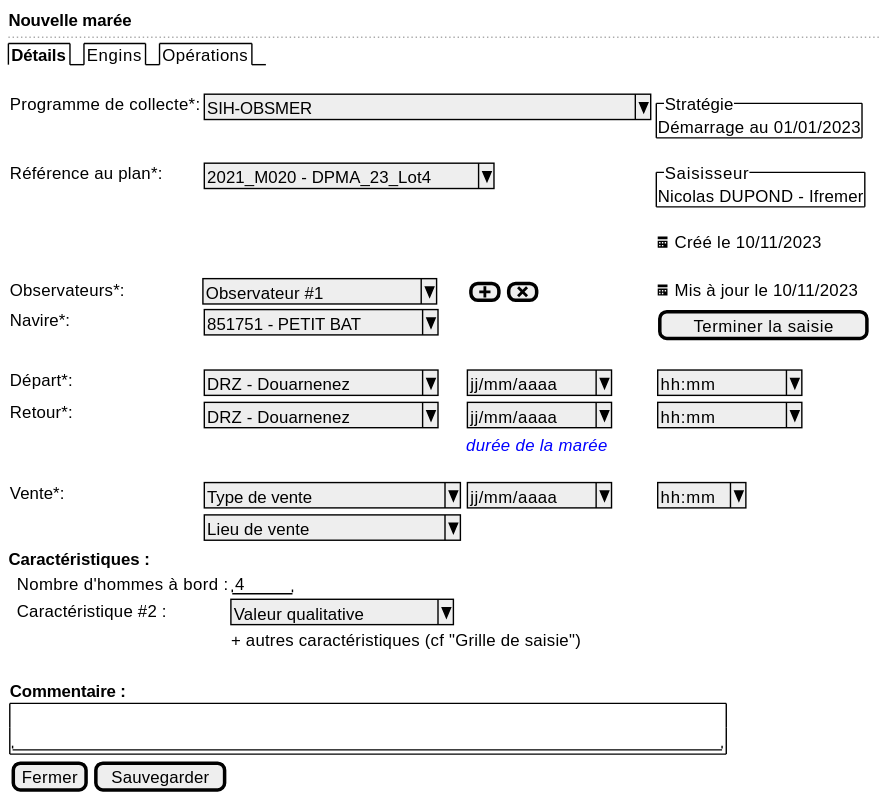
sumaris-net/sumaris-doc keeps this PlantUML diagram as projects/obsmer/spe/images/trip-new.svg. Above is the earlier version. Its source is kept beside it as projects/obsmer/spe/images/trip-new.puml.
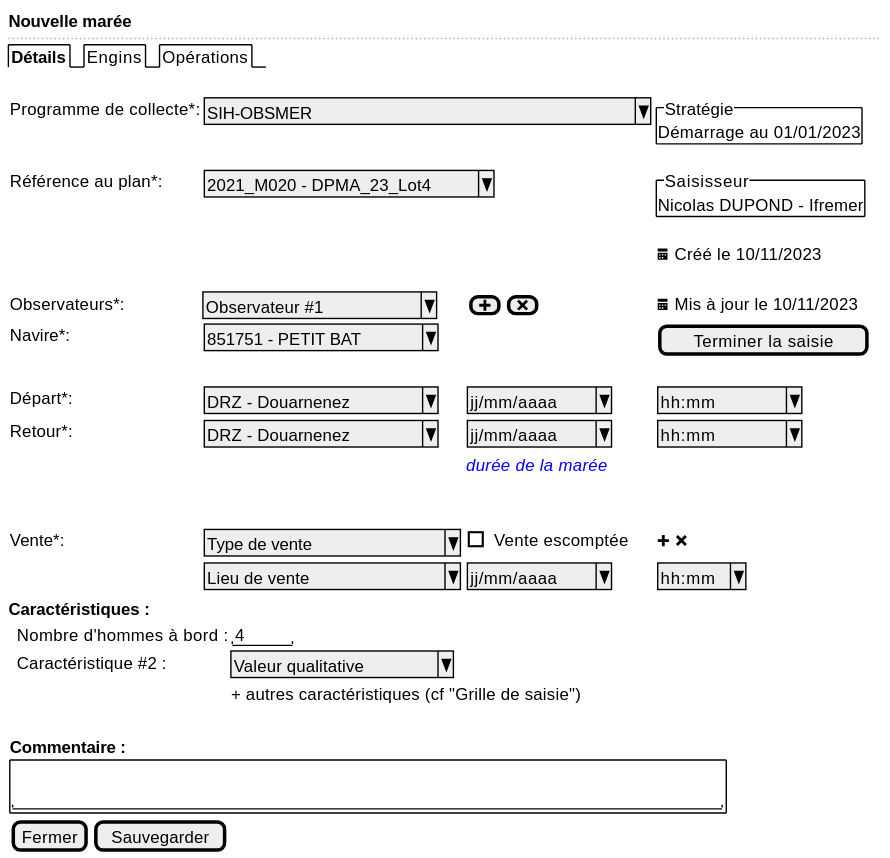
The same diagram one commit later.

What changed in the source:
```diff
@@ -25,8 +25,9 @@
       . | . | <i><color:blue>durée de la marée |
       .
       .
-      Vente*:     | { ^Type de vente        ^ } | { ^ jj/mm/aaaa^ } | { ^ hh:mm^ } | .
-      .          { ^Lieu de vente        ^ }
+      .
+      Vente*:     | { ^Type de vente        ^ }  [] Vente escomptée | <&plus> <&x> | .
+      .          { ^Lieu de vente        ^ } | { ^ jj/mm/aaaa^ } | { ^ hh:mm^ } |
 
   }
 
```
